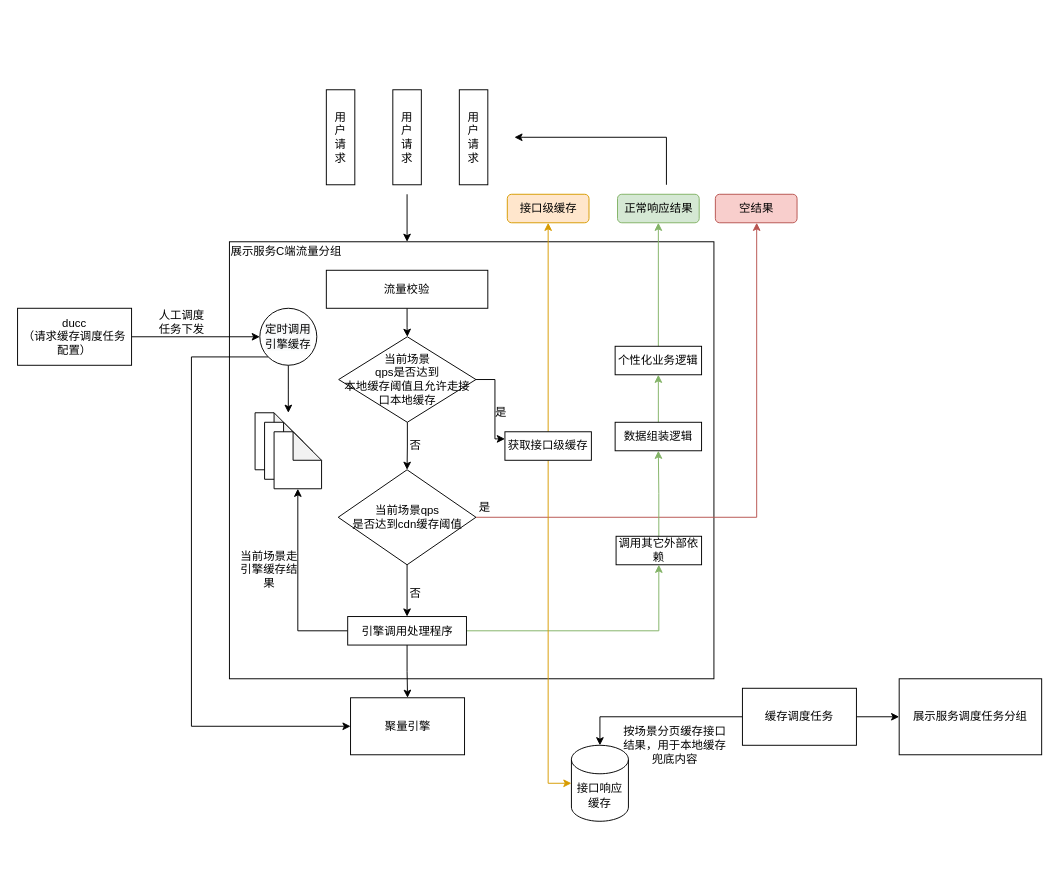
Earlier version of the draw.io diagram 流量防控2.0.drawio (BlankKelly/diagrams). Source tidied: cells renumbered, new cells numbered last; positions are measured from the earlier drawing's top-left corner, leaving out a move shared by most shapes. Both pictures are drawn from the tidied source at 95%, with x=0, y=0 at pixel (17, 89).
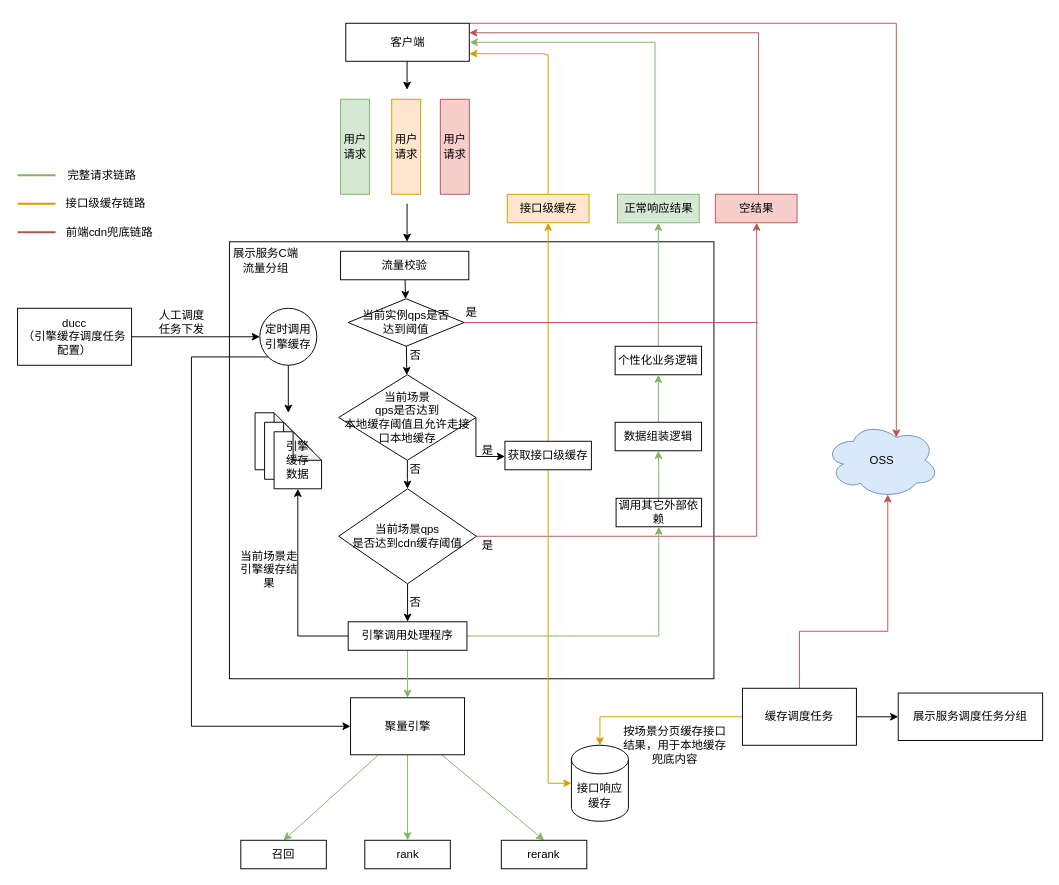
Above is the later version.

Commit message:
更新流量防控2.0.drawio

Unchanged cells that the change refers to:
```xml
<mxCell id="7" value="缓存调度任务" style="rounded=0;whiteSpace=wrap;html=1;" parent="1" vertex="1">
  <mxGeometry x="763" y="630" width="120" height="60" as="geometry" />
</mxCell>
```

What changed in the source:
```diff
@@
-    <mxCell id="3" style="edgeStyle=orthogonalEdgeStyle;rounded=0;jettySize=auto;html=1;" parent="1" edge="1" source="4" target="19">
-      <mxGeometry relative="1" as="geometry" />
-    </mxCell>
+    <mxCell id="55" style="edgeStyle=none;rounded=0;jettySize=auto;html=1;strokeWidth=1;" parent="1" edge="1" source="4" target="80">
+      <mxGeometry relative="1" as="geometry" />
+    </mxCell>
     <mxCell id="4" value="流量校验" style="rounded=0;whiteSpace=wrap;html=1;" parent="1" vertex="1">
-      <mxGeometry x="325" y="190" width="170" height="40" as="geometry" />
+      <mxGeometry x="340" y="170" width="135" height="30" as="geometry" />
     </mxCell>
@@
-    <mxCell id="6" style="edgeStyle=orthogonalEdgeStyle;rounded=0;jettySize=auto;html=1;entryX=0.5;entryY=0;entryDx=0;entryDy=0;entryPerimeter=0;" parent="1" edge="1" source="7" target="10">
+    <mxCell id="6" style="edgeStyle=orthogonalEdgeStyle;rounded=0;jettySize=auto;html=1;entryX=0.5;entryY=0;entryDx=0;entryDy=0;entryPerimeter=0;fillColor=#ffe6cc;strokeColor=#d79b00;" parent="1" edge="1" source="7" target="10">
       <mxGeometry relative="1" as="geometry" />
     </mxCell>
+    <mxCell id="56" style="edgeStyle=orthogonalEdgeStyle;rounded=0;jettySize=auto;html=1;entryX=0.55;entryY=0.95;entryDx=0;entryDy=0;entryPerimeter=0;fillColor=#f8cecc;strokeColor=#b85450;" parent="1" edge="1" source="7" target="62">
+      <mxGeometry relative="1" as="geometry">
+        <Array as="points">
+          <mxPoint x="823" y="570" />
+          <mxPoint x="916" y="570" />
+        </Array>
+      </mxGeometry>
+    </mxCell>
@@
-    <mxCell id="8" value="展示服务C端流量分组" style="text;html=1;strokeColor=none;fillColor=none;align=center;verticalAlign=middle;whiteSpace=wrap;rounded=0;" parent="1" vertex="1">
-      <mxGeometry x="222.5" y="160" width="120" height="20" as="geometry" />
+    <mxCell id="8" value="展示服务C端&lt;br&gt;流量分组" style="text;html=1;strokeColor=none;fillColor=none;align=center;verticalAlign=middle;whiteSpace=wrap;rounded=0;" parent="1" vertex="1">
+      <mxGeometry x="223" y="160" width="77" height="40" as="geometry" />
     </mxCell>
     <mxCell id="9" style="rounded=0;whiteSpace=wrap;html=1;" parent="1" vertex="1">
-      <mxGeometry x="928" y="620" width="150" height="80" as="geometry" />
+      <mxGeometry x="927" y="635" width="152" height="50" as="geometry" />
     </mxCell>
-    <mxCell id="10" value="接口响应缓存" style="shape=cylinder3;whiteSpace=wrap;html=1;boundedLbl=1;backgroundOutline=1;size=15;" parent="1" vertex="1">
+    <mxCell id="10" value="接口响应缓存" style="shape=cylinder3;whiteSpace=wrap;html=1;boundedLbl=1;backgroundOutline=1;size=15;rounded=0;" parent="1" vertex="1">
       <mxGeometry x="583" y="690" width="60" height="80" as="geometry" />
     </mxCell>
@@
     <mxCell id="13" style="endArrow=classic;html=1;rounded=0;" parent="1" edge="1">
       <mxGeometry relative="1" as="geometry">
-        <mxPoint x="410" y="110" as="sourcePoint" />
+        <mxPoint x="410" y="120" as="sourcePoint" />
         <mxPoint x="410" y="160" as="targetPoint" />
       </mxGeometry>
     </mxCell>
-    <mxCell id="14" value="用&lt;br&gt;户&lt;br&gt;请&lt;br&gt;求" style="rounded=0;whiteSpace=wrap;html=1;" parent="1" vertex="1">
-      <mxGeometry x="325" width="30" height="100" as="geometry" />
-    </mxCell>
-    <mxCell id="15" value="用&lt;br&gt;户&lt;br&gt;请&lt;br&gt;求" style="rounded=0;whiteSpace=wrap;html=1;" parent="1" vertex="1">
-      <mxGeometry x="395" width="30" height="100" as="geometry" />
-    </mxCell>
-    <mxCell id="16" value="用&lt;br&gt;户&lt;br&gt;请&lt;br&gt;求" style="rounded=0;whiteSpace=wrap;html=1;" parent="1" vertex="1">
-      <mxGeometry x="465" width="30" height="100" as="geometry" />
-    </mxCell>
@@
-    <mxCell id="18" style="edgeStyle=orthogonalEdgeStyle;rounded=0;jettySize=auto;html=1;entryX=0;entryY=0.25;entryDx=0;entryDy=0;" parent="1" edge="1" source="19" target="46">
-      <mxGeometry relative="1" as="geometry" />
+    <mxCell id="18" style="edgeStyle=orthogonalEdgeStyle;rounded=0;jettySize=auto;html=1;exitX=1;exitY=0.5;exitDx=0;exitDy=0;" parent="1" edge="1" source="19">
+      <mxGeometry relative="1" as="geometry">
+        <mxPoint x="513" y="386" as="targetPoint" />
+        <Array as="points">
+          <mxPoint x="483" y="386" />
+        </Array>
+      </mxGeometry>
     </mxCell>
-    <mxCell id="19" value="当前场景&lt;br&gt;qps是否达到&lt;br&gt;本地缓存阈值且允许走接口本地缓存" style="rhombus;whiteSpace=wrap;html=1;" parent="1" vertex="1">
-      <mxGeometry x="338" y="260" width="144.5" height="90" as="geometry" />
+    <mxCell id="19" value="当前场景&lt;br&gt;qps是否达到&lt;br&gt;本地缓存阈值且允许走接口本地缓存" style="rhombus;whiteSpace=wrap;html=1;rounded=0;" parent="1" vertex="1">
+      <mxGeometry x="338" y="300" width="144.5" height="90" as="geometry" />
     </mxCell>
     <mxCell id="20" style="edgeStyle=orthogonalEdgeStyle;rounded=0;jettySize=auto;html=1;fillColor=#f8cecc;strokeColor=#b85450;exitX=1;exitY=0.5;exitDx=0;exitDy=0;" parent="1" edge="1" source="22" target="33">
       <mxGeometry relative="1" as="geometry">
         <Array as="points">
-          <mxPoint x="778" y="450" />
+          <mxPoint x="778" y="470" />
         </Array>
       </mxGeometry>
     </mxCell>
@@
-    <mxCell id="22" value="当前场景qps&lt;br&gt;是否达到cdn缓存阈值" style="rhombus;whiteSpace=wrap;html=1;" parent="1" vertex="1">
-      <mxGeometry x="337.5" y="400" width="145" height="100" as="geometry" />
+    <mxCell id="22" value="当前场景qps&lt;br&gt;是否达到cdn缓存阈值" style="rhombus;whiteSpace=wrap;html=1;rounded=0;" parent="1" vertex="1">
+      <mxGeometry x="338" y="420" width="145" height="100" as="geometry" />
     </mxCell>
     <mxCell id="23" value="否" style="text;html=1;strokeColor=none;fillColor=none;align=center;verticalAlign=middle;whiteSpace=wrap;rounded=0;" parent="1" vertex="1">
-      <mxGeometry x="403" y="365" width="32" height="20" as="geometry" />
+      <mxGeometry x="403" y="390" width="32" height="20" as="geometry" />
     </mxCell>
-    <mxCell id="24" style="shape=note;whiteSpace=wrap;html=1;backgroundOutline=1;darkOpacity=0.05;" parent="1" vertex="1">
+    <mxCell id="24" style="shape=note;whiteSpace=wrap;html=1;backgroundOutline=1;darkOpacity=0.05;rounded=0;" parent="1" vertex="1">
       <mxGeometry x="250" y="340" width="50" height="60" as="geometry" />
     </mxCell>
@@
-    <mxCell id="26" value="ducc&lt;br&gt;（请求缓存调度任务配置）" style="rounded=0;whiteSpace=wrap;html=1;" parent="1" vertex="1">
+    <mxCell id="26" value="ducc&lt;br&gt;（引擎缓存调度任务配置）" style="rounded=0;whiteSpace=wrap;html=1;" parent="1" vertex="1">
       <mxGeometry y="230" width="120" height="60" as="geometry" />
     </mxCell>
@@
-    <mxCell id="29" value="&lt;span style=&quot;color: rgb(0, 0, 0); font-family: Helvetica; font-size: 12px; font-style: normal; font-variant-ligatures: normal; font-variant-caps: normal; font-weight: 400; letter-spacing: normal; orphans: 2; text-align: center; text-indent: 0px; text-transform: none; widows: 2; word-spacing: 0px; -webkit-text-stroke-width: 0px; background-color: rgb(248, 249, 250); text-decoration-thickness: initial; text-decoration-style: initial; text-decoration-color: initial; float: none; display: inline !important;&quot;&gt;定时调用引擎缓存&lt;/span&gt;" style="ellipse;whiteSpace=wrap;html=1;" parent="1" vertex="1">
+    <mxCell id="29" value="&lt;span style=&quot;color: rgb(0, 0, 0); font-family: Helvetica; font-size: 12px; font-style: normal; font-variant-ligatures: normal; font-variant-caps: normal; font-weight: 400; letter-spacing: normal; orphans: 2; text-align: center; text-indent: 0px; text-transform: none; widows: 2; word-spacing: 0px; -webkit-text-stroke-width: 0px; background-color: rgb(248, 249, 250); text-decoration-thickness: initial; text-decoration-style: initial; text-decoration-color: initial; float: none; display: inline !important;&quot;&gt;定时调用引擎缓存&lt;/span&gt;" style="ellipse;whiteSpace=wrap;html=1;rounded=0;" parent="1" vertex="1">
       <mxGeometry x="255" y="230" width="60" height="60" as="geometry" />
     </mxCell>
-    <mxCell id="30" style="shape=note;whiteSpace=wrap;html=1;backgroundOutline=1;darkOpacity=0.05;" parent="1" vertex="1">
+    <mxCell id="30" style="shape=note;whiteSpace=wrap;html=1;backgroundOutline=1;darkOpacity=0.05;rounded=0;" parent="1" vertex="1">
       <mxGeometry x="260" y="350" width="50" height="60" as="geometry" />
     </mxCell>
-    <mxCell id="31" style="shape=note;whiteSpace=wrap;html=1;backgroundOutline=1;darkOpacity=0.05;" parent="1" vertex="1">
+    <mxCell id="31" value="引擎&lt;br&gt;缓存&lt;br&gt;数据" style="shape=note;whiteSpace=wrap;html=1;backgroundOutline=1;darkOpacity=0.05;rounded=0;" parent="1" vertex="1">
       <mxGeometry x="270" y="360" width="50" height="60" as="geometry" />
     </mxCell>
+    <mxCell id="57" style="rounded=0;jettySize=auto;html=1;entryX=0.5;entryY=0;entryDx=0;entryDy=0;fillColor=#d5e8d4;strokeColor=#82b366;" parent="1" edge="1" target="69">
+      <mxGeometry relative="1" as="geometry">
+        <mxPoint x="380" y="700" as="sourcePoint" />
+      </mxGeometry>
+    </mxCell>
+    <mxCell id="58" style="edgeStyle=none;rounded=0;jettySize=auto;html=1;entryX=0.5;entryY=0;entryDx=0;entryDy=0;fillColor=#d5e8d4;strokeColor=#82b366;" parent="1" edge="1" source="32" target="70">
+      <mxGeometry relative="1" as="geometry" />
+    </mxCell>
+    <mxCell id="59" style="edgeStyle=none;rounded=0;jettySize=auto;html=1;entryX=0.5;entryY=0;entryDx=0;entryDy=0;fillColor=#d5e8d4;strokeColor=#82b366;" parent="1" edge="1" source="32" target="71">
+      <mxGeometry relative="1" as="geometry" />
+    </mxCell>
-    <mxCell id="32" value="聚量引擎" style="whiteSpace=wrap;html=1;" parent="1" vertex="1">
+    <mxCell id="32" value="聚量引擎" style="whiteSpace=wrap;html=1;rounded=0;" parent="1" vertex="1">
       <mxGeometry x="350.5" y="640" width="120" height="60" as="geometry" />
     </mxCell>
+    <mxCell id="60" style="edgeStyle=orthogonalEdgeStyle;rounded=0;jettySize=auto;html=1;entryX=1;entryY=0.25;entryDx=0;entryDy=0;fillColor=#f8cecc;strokeColor=#b85450;" parent="1" edge="1" source="33" target="65">
+      <mxGeometry relative="1" as="geometry">
+        <Array as="points">
+          <mxPoint x="780" y="-60" />
+        </Array>
+      </mxGeometry>
+    </mxCell>
-    <mxCell id="33" value="空结果" style="rounded=1;whiteSpace=wrap;html=1;fillColor=#f8cecc;strokeColor=#b85450;" parent="1" vertex="1">
+    <mxCell id="33" value="空结果" style="rounded=0;whiteSpace=wrap;html=1;fillColor=#f8cecc;strokeColor=#b85450;" parent="1" vertex="1">
       <mxGeometry x="734.5" y="110" width="86" height="30" as="geometry" />
     </mxCell>
@@
-    <mxCell id="35" style="edgeStyle=orthogonalEdgeStyle;rounded=0;jettySize=auto;html=1;" parent="1" edge="1" source="37" target="32">
+    <mxCell id="35" style="edgeStyle=orthogonalEdgeStyle;rounded=0;jettySize=auto;html=1;fillColor=#d5e8d4;strokeColor=#82b366;" parent="1" edge="1" source="37" target="32">
       <mxGeometry relative="1" as="geometry" />
     </mxCell>
@@
     <mxCell id="37" value="引擎调用处理程序" style="rounded=0;whiteSpace=wrap;html=1;" parent="1" vertex="1">
-      <mxGeometry x="347.5" y="554.5" width="125" height="30" as="geometry" />
+      <mxGeometry x="348" y="560" width="125" height="30" as="geometry" />
     </mxCell>
@@
     <mxCell id="40" value="调用其它外部依赖" style="rounded=0;whiteSpace=wrap;html=1;" parent="1" vertex="1">
-      <mxGeometry x="630" y="470" width="90" height="30" as="geometry" />
+      <mxGeometry x="630" y="430" width="90" height="30" as="geometry" />
     </mxCell>
@@
-    <mxCell id="42" value="正常响应结果" style="rounded=1;whiteSpace=wrap;html=1;fillColor=#d5e8d4;strokeColor=#82b366;" parent="1" vertex="1">
+    <mxCell id="42" value="正常响应结果" style="rounded=0;whiteSpace=wrap;html=1;fillColor=#d5e8d4;strokeColor=#82b366;" parent="1" vertex="1">
       <mxGeometry x="631.5" y="110" width="86" height="30" as="geometry" />
     </mxCell>
@@
     <mxCell id="46" value="获取接口级缓存" style="rounded=0;whiteSpace=wrap;html=1;" parent="1" vertex="1">
-      <mxGeometry x="513" y="360" width="91" height="30" as="geometry" />
+      <mxGeometry x="513" y="370" width="91" height="30" as="geometry" />
     </mxCell>
+    <mxCell id="61" style="edgeStyle=orthogonalEdgeStyle;rounded=0;jettySize=auto;html=1;exitX=0.5;exitY=0;exitDx=0;exitDy=0;fillColor=#ffe6cc;strokeColor=#d79b00;" parent="1" edge="1" source="47">
+      <mxGeometry relative="1" as="geometry">
+        <mxPoint x="475.5" y="-38" as="targetPoint" />
+        <Array as="points">
+          <mxPoint x="559" y="-37" />
+          <mxPoint x="555" y="-37" />
+          <mxPoint x="555" y="-38" />
+        </Array>
+      </mxGeometry>
+    </mxCell>
-    <mxCell id="47" value="接口级缓存" style="rounded=1;whiteSpace=wrap;html=1;fillColor=#ffe6cc;strokeColor=#d79b00;" parent="1" vertex="1">
+    <mxCell id="47" value="接口级缓存" style="rounded=0;whiteSpace=wrap;html=1;fillColor=#ffe6cc;strokeColor=#d79b00;" parent="1" vertex="1">
       <mxGeometry x="515.5" y="110" width="86" height="30" as="geometry" />
     </mxCell>
-    <mxCell id="48" style="endArrow=classic;html=1;rounded=0;edgeStyle=orthogonalEdgeStyle;" parent="1" edge="1">
+    <mxCell id="48" style="endArrow=classic;html=1;rounded=0;edgeStyle=orthogonalEdgeStyle;fillColor=#d5e8d4;strokeColor=#82b366;" parent="1" edge="1">
       <mxGeometry relative="1" as="geometry">
-        <mxPoint x="683" y="100" as="sourcePoint" />
-        <mxPoint x="523" y="50" as="targetPoint" />
+        <mxPoint x="671" y="110" as="sourcePoint" />
+        <mxPoint x="476" y="-50" as="targetPoint" />
         <Array as="points">
-          <mxPoint x="683" y="50" />
-          <mxPoint x="533" y="50" />
+          <mxPoint x="671" y="-50" />
         </Array>
       </mxGeometry>
     </mxCell>
     <mxCell id="49" value="是" style="text;html=1;strokeColor=none;fillColor=none;align=center;verticalAlign=middle;whiteSpace=wrap;rounded=0;" parent="1" vertex="1">
-      <mxGeometry x="495" y="330" width="28" height="20" as="geometry" />
+      <mxGeometry x="481.2" y="370" width="28" height="20" as="geometry" />
     </mxCell>
     <mxCell id="50" value="否" style="text;html=1;strokeColor=none;fillColor=none;align=center;verticalAlign=middle;whiteSpace=wrap;rounded=0;" parent="1" vertex="1">
-      <mxGeometry x="403" y="520" width="32" height="20" as="geometry" />
+      <mxGeometry x="403" y="530" width="32" height="20" as="geometry" />
     </mxCell>
@@
     <mxCell id="54" value="是" style="text;html=1;strokeColor=none;fillColor=none;align=center;verticalAlign=middle;whiteSpace=wrap;rounded=0;" parent="1" vertex="1">
-      <mxGeometry x="477.5" y="430" width="28" height="20" as="geometry" />
+      <mxGeometry x="481.2" y="470" width="28" height="20" as="geometry" />
     </mxCell>
+    <mxCell id="62" value="OSS" style="ellipse;shape=cloud;whiteSpace=wrap;html=1;fillColor=#dae8fc;strokeColor=#6c8ebf;" parent="1" vertex="1">
+      <mxGeometry x="850" y="350" width="120" height="80" as="geometry" />
+    </mxCell>
+    <mxCell id="63" value="用户请求" style="rounded=0;whiteSpace=wrap;html=1;fillColor=#d5e8d4;strokeColor=#82b366;" parent="1" vertex="1">
+      <mxGeometry x="340" y="10" width="30.5" height="100" as="geometry" />
+    </mxCell>
+    <mxCell id="64" style="edgeStyle=orthogonalEdgeStyle;rounded=0;jettySize=auto;html=1;fillColor=#f8cecc;strokeColor=#b85450;entryX=0.625;entryY=0.2;entryDx=0;entryDy=0;entryPerimeter=0;" parent="1" edge="1" source="65" target="62">
+      <mxGeometry relative="1" as="geometry">
+        <Array as="points">
+          <mxPoint x="925" y="-70" />
+        </Array>
+      </mxGeometry>
+    </mxCell>
+    <mxCell id="65" value="客户端" style="rounded=0;whiteSpace=wrap;html=1;" parent="1" vertex="1">
+      <mxGeometry x="345.5" y="-70" width="130" height="40" as="geometry" />
+    </mxCell>
+    <mxCell id="66" style="endArrow=classic;html=1;rounded=0;" parent="1" edge="1">
+      <mxGeometry relative="1" as="geometry">
+        <mxPoint x="410" y="-30" as="sourcePoint" />
+        <mxPoint x="410" as="targetPoint" />
+      </mxGeometry>
+    </mxCell>
+    <mxCell id="67" value="用户请求" style="rounded=0;whiteSpace=wrap;html=1;fillColor=#ffe6cc;strokeColor=#d79b00;" parent="1" vertex="1">
+      <mxGeometry x="393.8" y="10" width="30.5" height="100" as="geometry" />
+    </mxCell>
+    <mxCell id="68" value="用户请求" style="rounded=0;whiteSpace=wrap;html=1;fillColor=#f8cecc;strokeColor=#b85450;" parent="1" vertex="1">
+      <mxGeometry x="445" y="10" width="30.5" height="100" as="geometry" />
+    </mxCell>
+    <mxCell id="69" value="召回" style="rounded=0;whiteSpace=wrap;html=1;" parent="1" vertex="1">
+      <mxGeometry x="235" y="790" width="90" height="30" as="geometry" />
+    </mxCell>
+    <mxCell id="70" value="rank" style="rounded=0;whiteSpace=wrap;html=1;" parent="1" vertex="1">
+      <mxGeometry x="365.5" y="790" width="90" height="30" as="geometry" />
+    </mxCell>
+    <mxCell id="71" value="rerank" style="rounded=0;whiteSpace=wrap;html=1;" parent="1" vertex="1">
+      <mxGeometry x="509.2" y="790" width="90" height="30" as="geometry" />
+    </mxCell>
+    <mxCell id="72" style="endArrow=none;html=1;rounded=0;fillColor=#d5e8d4;strokeColor=#82b366;strokeWidth=2;" parent="1" edge="1">
+      <mxGeometry relative="1" as="geometry">
+        <mxPoint y="90" as="sourcePoint" />
+        <mxPoint x="40" y="90" as="targetPoint" />
+      </mxGeometry>
+    </mxCell>
+    <mxCell id="73" style="endArrow=none;html=1;rounded=0;fillColor=#ffe6cc;strokeColor=#d79b00;strokeWidth=2;" parent="1" edge="1">
+      <mxGeometry relative="1" as="geometry">
+        <mxPoint y="120" as="sourcePoint" />
+        <mxPoint x="40" y="120" as="targetPoint" />
+      </mxGeometry>
+    </mxCell>
+    <mxCell id="74" style="endArrow=none;html=1;rounded=0;fillColor=#f8cecc;strokeColor=#b85450;strokeWidth=2;" parent="1" edge="1">
+      <mxGeometry relative="1" as="geometry">
+        <mxPoint y="150" as="sourcePoint" />
+        <mxPoint x="40" y="150" as="targetPoint" />
+      </mxGeometry>
+    </mxCell>
+    <mxCell id="75" value="完整请求链路" style="text;html=1;strokeColor=none;fillColor=none;align=center;verticalAlign=middle;whiteSpace=wrap;rounded=0;" parent="1" vertex="1">
+      <mxGeometry x="49" y="80" width="80" height="20" as="geometry" />
+    </mxCell>
+    <mxCell id="76" value="接口级缓存链路" style="text;html=1;strokeColor=none;fillColor=none;align=center;verticalAlign=middle;whiteSpace=wrap;rounded=0;" parent="1" vertex="1">
+      <mxGeometry x="43" y="110" width="100" height="20" as="geometry" />
+    </mxCell>
+    <mxCell id="77" value="前端cdn兜底链路" style="text;html=1;strokeColor=none;fillColor=none;align=center;verticalAlign=middle;whiteSpace=wrap;rounded=0;" parent="1" vertex="1">
+      <mxGeometry x="47" y="140" width="100" height="20" as="geometry" />
+    </mxCell>
+    <mxCell id="78" style="edgeStyle=none;rounded=0;jettySize=auto;html=1;strokeWidth=1;" parent="1" edge="1" source="80" target="19">
+      <mxGeometry relative="1" as="geometry" />
+    </mxCell>
+    <mxCell id="79" style="edgeStyle=none;rounded=0;orthogonalLoop=1;jettySize=auto;html=1;strokeWidth=1;fillColor=#f8cecc;strokeColor=#b85450;endArrow=none;endFill=0;" parent="1" edge="1">
+      <mxGeometry relative="1" as="geometry">
+        <mxPoint x="469" y="245" as="sourcePoint" />
+        <mxPoint x="779" y="245" as="targetPoint" />
+      </mxGeometry>
+    </mxCell>
+    <mxCell id="80" value="当前实例qps是否&lt;br&gt;达到阈值" style="rhombus;whiteSpace=wrap;html=1;" parent="1" vertex="1">
+      <mxGeometry x="348" y="220" width="122" height="50" as="geometry" />
+    </mxCell>
+    <mxCell id="81" value="否" style="text;html=1;strokeColor=none;fillColor=none;align=center;verticalAlign=middle;whiteSpace=wrap;rounded=0;" parent="1" vertex="1">
+      <mxGeometry x="403" y="270" width="32" height="20" as="geometry" />
+    </mxCell>
+    <mxCell id="82" value="是" style="text;html=1;strokeColor=none;fillColor=none;align=center;verticalAlign=middle;whiteSpace=wrap;rounded=0;" parent="1" vertex="1">
+      <mxGeometry x="465" y="230" width="26" height="10" as="geometry" />
+    </mxCell>
+    <mxCell id="83" style="edgeStyle=none;rounded=0;orthogonalLoop=1;jettySize=auto;html=1;exitX=0.5;exitY=0;exitDx=0;exitDy=0;strokeWidth=1;endArrow=none;endFill=0;" parent="1" edge="1" source="82" target="82">
+      <mxGeometry relative="1" as="geometry" />
+    </mxCell>
```
